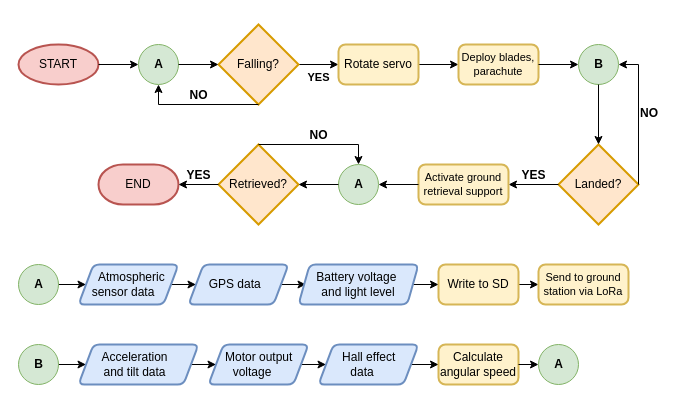
The draw.io diagram schematics/SoftwareExecutionPath.drawio.xml in MikoZ321/resat, before the edit. Source tidied: cells renumbered, new cells numbered last; positions are measured from the earlier drawing's top-left corner, leaving out a move shared by most shapes. Both pictures are drawn from the tidied source at 100%, with x=0, y=0 at pixel (18, 24).
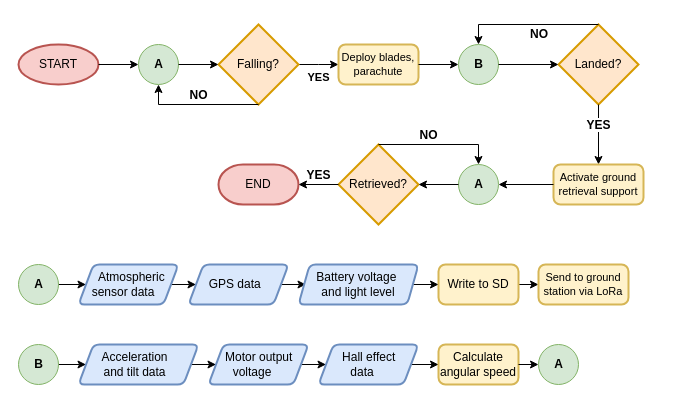
The same diagram, later.

The change refers to these unchanged cells:
```xml
<mxCell id="6" value="Falling?" style="strokeWidth=2;html=1;shape=mxgraph.flowchart.decision;whiteSpace=wrap;fillColor=#ffe6cc;strokeColor=#d79b00;" parent="1" vertex="1">
  <mxGeometry x="200" width="80" height="80" as="geometry" />
</mxCell>
```

Diff of the diagram source:
```diff
@@
-    <mxCell id="5" value="YES" style="edgeStyle=orthogonalEdgeStyle;rounded=0;jettySize=auto;html=1;exitX=1;exitY=0.5;exitDx=0;exitDy=0;exitPerimeter=0;entryX=0;entryY=0.5;entryDx=0;entryDy=0;fontStyle=1;labelPosition=center;verticalLabelPosition=bottom;align=center;verticalAlign=top;" parent="1" edge="1" source="6" target="9">
-      <mxGeometry relative="1" as="geometry" />
+    <mxCell id="5" value="YES" style="edgeStyle=orthogonalEdgeStyle;rounded=0;jettySize=auto;html=1;exitX=1;exitY=0.5;exitDx=0;exitDy=0;exitPerimeter=0;entryX=0;entryY=0.5;entryDx=0;entryDy=0;fontStyle=1;labelPosition=center;verticalLabelPosition=bottom;align=center;verticalAlign=top;" parent="1" edge="1" source="6">
+      <mxGeometry relative="1" as="geometry">
+        <mxPoint x="320" y="40" as="targetPoint" />
+      </mxGeometry>
     </mxCell>
@@
-    <mxCell id="8" style="edgeStyle=orthogonalEdgeStyle;rounded=0;jettySize=auto;html=1;" parent="1" edge="1" source="9" target="10">
-      <mxGeometry relative="1" as="geometry" />
-    </mxCell>
-    <mxCell id="9" value="Rotate servo" style="rounded=1;whiteSpace=wrap;html=1;absoluteArcSize=1;arcSize=14;strokeWidth=2;fillColor=#fff2cc;strokeColor=#d6b656;" parent="1" vertex="1">
-      <mxGeometry x="320" y="20" width="80" height="40" as="geometry" />
-    </mxCell>
     <mxCell id="10" value="Deploy blades, parachute" style="rounded=1;whiteSpace=wrap;html=1;absoluteArcSize=1;arcSize=14;strokeWidth=2;fontSize=11;fillColor=#fff2cc;strokeColor=#d6b656;" parent="1" vertex="1">
-      <mxGeometry x="440" y="20" width="80" height="40" as="geometry" />
+      <mxGeometry x="320" y="20" width="80" height="40" as="geometry" />
     </mxCell>
     <mxCell id="11" value="Landed?" style="strokeWidth=2;html=1;shape=mxgraph.flowchart.decision;whiteSpace=wrap;fillColor=#ffe6cc;strokeColor=#d79b00;" parent="1" vertex="1">
-      <mxGeometry x="540" y="120" width="80" height="80" as="geometry" />
+      <mxGeometry x="540" width="80" height="80" as="geometry" />
     </mxCell>
     <mxCell id="12" value="END" style="strokeWidth=2;html=1;shape=mxgraph.flowchart.terminator;whiteSpace=wrap;fillColor=#f8cecc;strokeColor=#b85450;" parent="1" vertex="1">
-      <mxGeometry x="80" y="140" width="80" height="40" as="geometry" />
+      <mxGeometry x="200" y="140" width="80" height="40" as="geometry" />
     </mxCell>
@@
     <mxCell id="14" value="B" style="verticalLabelPosition=middle;verticalAlign=middle;html=1;shape=mxgraph.flowchart.on-page_reference;labelPosition=center;align=center;fillColor=#d5e8d4;strokeColor=#82b366;fontStyle=1;" parent="1" vertex="1">
-      <mxGeometry x="560" y="20" width="40" height="40" as="geometry" />
+      <mxGeometry x="440" y="20" width="40" height="40" as="geometry" />
     </mxCell>
@@
-    <mxCell id="16" style="edgeStyle=orthogonalEdgeStyle;rounded=0;jettySize=auto;html=1;entryX=0.5;entryY=0;entryDx=0;entryDy=0;entryPerimeter=0;" parent="1" edge="1" source="14" target="11">
+    <mxCell id="16" style="edgeStyle=orthogonalEdgeStyle;rounded=0;jettySize=auto;html=1;entryX=0;entryY=0.5;entryDx=0;entryDy=0;entryPerimeter=0;" parent="1" edge="1" source="14" target="11">
       <mxGeometry relative="1" as="geometry" />
     </mxCell>
-    <mxCell id="17" value="NO" style="edgeStyle=orthogonalEdgeStyle;rounded=0;jettySize=auto;html=1;entryX=1;entryY=0.5;entryDx=0;entryDy=0;entryPerimeter=0;exitX=1;exitY=0.5;exitDx=0;exitDy=0;exitPerimeter=0;fontStyle=1;fontSize=12;labelPosition=right;verticalLabelPosition=middle;align=left;verticalAlign=middle;" parent="1" edge="1" source="11" target="14">
-      <mxGeometry x="0.01" relative="1" as="geometry">
+    <mxCell id="17" value="NO" style="edgeStyle=orthogonalEdgeStyle;rounded=0;jettySize=auto;html=1;entryX=0.5;entryY=0;entryDx=0;entryDy=0;entryPerimeter=0;exitX=0.5;exitY=0;exitDx=0;exitDy=0;exitPerimeter=0;fontStyle=1;fontSize=12;labelPosition=right;verticalLabelPosition=middle;align=left;verticalAlign=middle;" parent="1" edge="1" source="11" target="14">
+      <mxGeometry y="10" relative="1" as="geometry">
         <Array as="points">
-          <mxPoint x="620" y="40" />
+          <mxPoint x="460" />
         </Array>
       </mxGeometry>
     </mxCell>
-    <mxCell id="18" value="YES" style="edgeStyle=orthogonalEdgeStyle;rounded=0;jettySize=auto;html=1;entryX=1;entryY=0.5;entryDx=0;entryDy=0;fontStyle=1;fontSize=12;labelPosition=center;verticalLabelPosition=top;align=center;verticalAlign=bottom;" parent="1" edge="1" source="11" target="32">
+    <mxCell id="18" value="YES" style="edgeStyle=orthogonalEdgeStyle;rounded=0;jettySize=auto;html=1;entryX=0.5;entryY=0;entryDx=0;entryDy=0;fontStyle=1;fontSize=12;labelPosition=center;verticalLabelPosition=top;align=center;verticalAlign=bottom;exitX=0.5;exitY=1;exitDx=0;exitDy=0;exitPerimeter=0;" parent="1" edge="1" source="11" target="32">
       <mxGeometry relative="1" as="geometry" />
     </mxCell>
@@
     <mxCell id="32" value="Activate ground retrieval support" style="rounded=1;whiteSpace=wrap;html=1;absoluteArcSize=1;arcSize=14;strokeWidth=2;fontSize=11;fillColor=#fff2cc;strokeColor=#d6b656;" parent="1" vertex="1">
-      <mxGeometry x="400" y="140" width="90" height="40" as="geometry" />
+      <mxGeometry x="535" y="140" width="90" height="40" as="geometry" />
     </mxCell>
     <mxCell id="33" value="A" style="verticalLabelPosition=middle;verticalAlign=middle;html=1;shape=mxgraph.flowchart.on-page_reference;labelPosition=center;align=center;fillColor=#d5e8d4;strokeColor=#82b366;fontStyle=1;" parent="1" vertex="1">
-      <mxGeometry x="320" y="140" width="40" height="40" as="geometry" />
+      <mxGeometry x="440" y="140" width="40" height="40" as="geometry" />
     </mxCell>
@@
     <mxCell id="35" value="Retrieved?" style="strokeWidth=2;html=1;shape=mxgraph.flowchart.decision;whiteSpace=wrap;fillColor=#ffe6cc;strokeColor=#d79b00;" parent="1" vertex="1">
-      <mxGeometry x="200" y="120" width="80" height="80" as="geometry" />
+      <mxGeometry x="320" y="120" width="80" height="80" as="geometry" />
     </mxCell>
@@
     <mxCell id="37" value="NO" style="edgeStyle=orthogonalEdgeStyle;rounded=0;jettySize=auto;html=1;entryX=0.5;entryY=0;entryDx=0;entryDy=0;entryPerimeter=0;exitX=0.5;exitY=0;exitDx=0;exitDy=0;exitPerimeter=0;fontStyle=1;fontSize=12;labelPosition=center;verticalLabelPosition=top;align=center;verticalAlign=bottom;" parent="1" edge="1" source="35" target="33">
-      <mxGeometry relative="1" as="geometry">
+      <mxGeometry x="-0.17" relative="1" as="geometry">
         <Array as="points">
-          <mxPoint x="340" y="120" />
+          <mxPoint x="460" y="120" />
         </Array>
       </mxGeometry>
     </mxCell>
```
